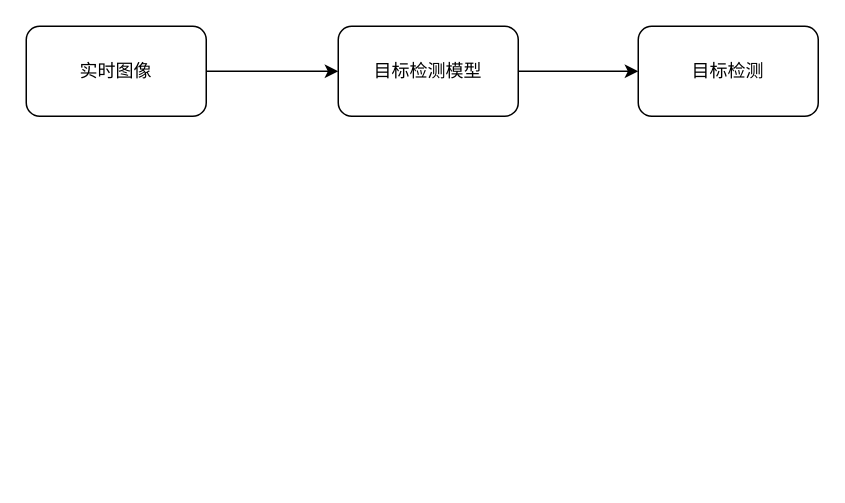
The draw.io diagram 目标检测模型.drawio in xiefenga/draw.io-storage, before the edit. Source tidied: cells renumbered, new cells numbered last; positions are measured from the earlier drawing's top-left corner, leaving out a move shared by most shapes. Both pictures are drawn from the tidied source at 150%, with x=0, y=0 at pixel (26, 26).
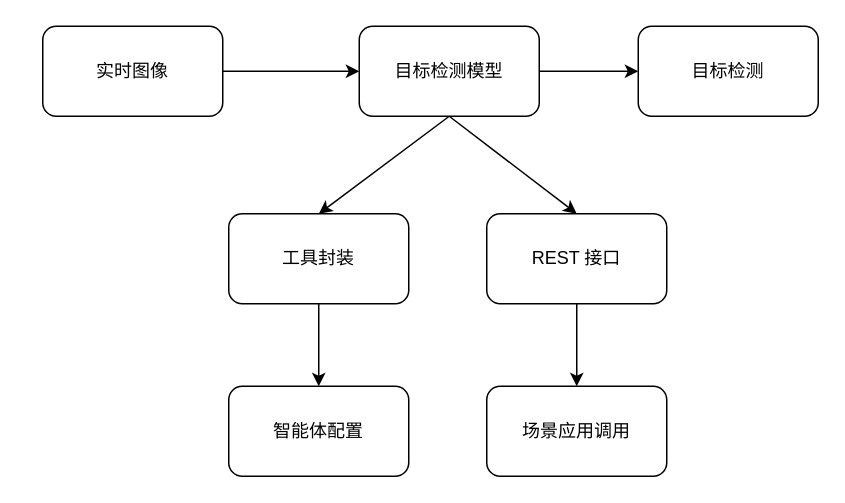
After the change.

Commit message (it also covers changes not shown here):
更新目标检测模型.drawio

Diff of the diagram source:
```diff
@@
 <mxGraphModel>
   <root>
     <mxCell id="0" />
     <mxCell id="1" parent="0" />
     <mxCell id="2" value="目标检测模型" style="rounded=1;whiteSpace=wrap;html=1;" parent="1" vertex="1">
-      <mxGeometry x="208" width="120" height="60" as="geometry" />
+      <mxGeometry x="222" width="120" height="60" as="geometry" />
     </mxCell>
     <mxCell id="3" value="实时图像" style="rounded=1;whiteSpace=wrap;html=1;" parent="1" vertex="1">
-      <mxGeometry width="120" height="60" as="geometry" />
+      <mxGeometry x="11" width="120" height="60" as="geometry" />
     </mxCell>
     <mxCell id="4" style="endArrow=classic;html=1;rounded=0;exitX=1;exitY=0.5;exitDx=0;exitDy=0;entryX=0;entryY=0.5;entryDx=0;entryDy=0;" parent="1" edge="1" source="3" target="2">
       <mxGeometry relative="1" as="geometry" />
     </mxCell>
     <mxCell id="5" value="目标检测" style="rounded=1;whiteSpace=wrap;html=1;" parent="1" vertex="1">
       <mxGeometry x="408" width="120" height="60" as="geometry" />
     </mxCell>
     <mxCell id="6" style="endArrow=classic;html=1;rounded=0;exitX=1;exitY=0.5;exitDx=0;exitDy=0;entryX=0;entryY=0.5;entryDx=0;entryDy=0;" parent="1" edge="1" source="2" target="5">
       <mxGeometry relative="1" as="geometry" />
     </mxCell>
+    <mxCell id="7" style="endArrow=classic;html=1;rounded=0;exitX=0.5;exitY=1;exitDx=0;exitDy=0;entryX=0.5;entryY=0;entryDx=0;entryDy=0;" parent="1" edge="1" source="2" target="8">
+      <mxGeometry relative="1" as="geometry" />
+    </mxCell>
+    <mxCell id="8" value="工具封装" style="rounded=1;whiteSpace=wrap;html=1;" parent="1" vertex="1">
+      <mxGeometry x="135" y="125" width="120" height="60" as="geometry" />
+    </mxCell>
+    <mxCell id="9" value="智能体配置" style="rounded=1;whiteSpace=wrap;html=1;" parent="1" vertex="1">
+      <mxGeometry x="135" y="240" width="120" height="60" as="geometry" />
+    </mxCell>
+    <mxCell id="10" style="endArrow=classic;html=1;rounded=0;" parent="1" edge="1" source="8" target="9">
+      <mxGeometry relative="1" as="geometry" />
+    </mxCell>
+    <mxCell id="11" value="REST 接口" style="rounded=1;whiteSpace=wrap;html=1;" parent="1" vertex="1">
+      <mxGeometry x="307" y="125" width="120" height="60" as="geometry" />
+    </mxCell>
+    <mxCell id="12" style="endArrow=classic;html=1;rounded=0;exitX=0.5;exitY=1;exitDx=0;exitDy=0;entryX=0.5;entryY=0;entryDx=0;entryDy=0;" parent="1" edge="1" source="2" target="11">
+      <mxGeometry relative="1" as="geometry" />
+    </mxCell>
+    <mxCell id="13" value="场景应用调用" style="rounded=1;whiteSpace=wrap;html=1;" parent="1" vertex="1">
+      <mxGeometry x="307" y="240" width="120" height="60" as="geometry" />
+    </mxCell>
+    <mxCell id="14" style="endArrow=classic;html=1;rounded=0;entryX=0.5;entryY=0;entryDx=0;entryDy=0;exitX=0.5;exitY=1;exitDx=0;exitDy=0;" parent="1" edge="1" source="11" target="13">
+      <mxGeometry relative="1" as="geometry" />
+    </mxCell>
   </root>
 </mxGraphModel>
```
